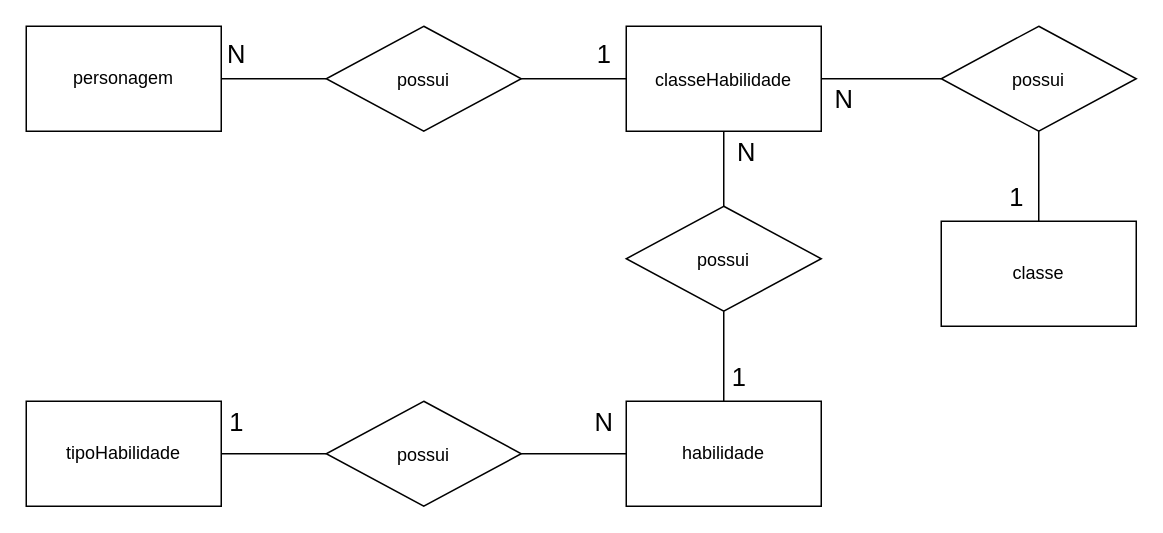
This is page "conceitual" (1 of 2) of modelagens/HROADS.drawio from Lucas-Araujo15/HROADS, a draw.io file, before an edit. Source tidied: cells renumbered, new cells numbered last; positions are measured from the earlier drawing's top-left corner, leaving out a move shared by most shapes. Both pictures are drawn from the tidied source at 150%, with x=0, y=0 at pixel (26, 26).
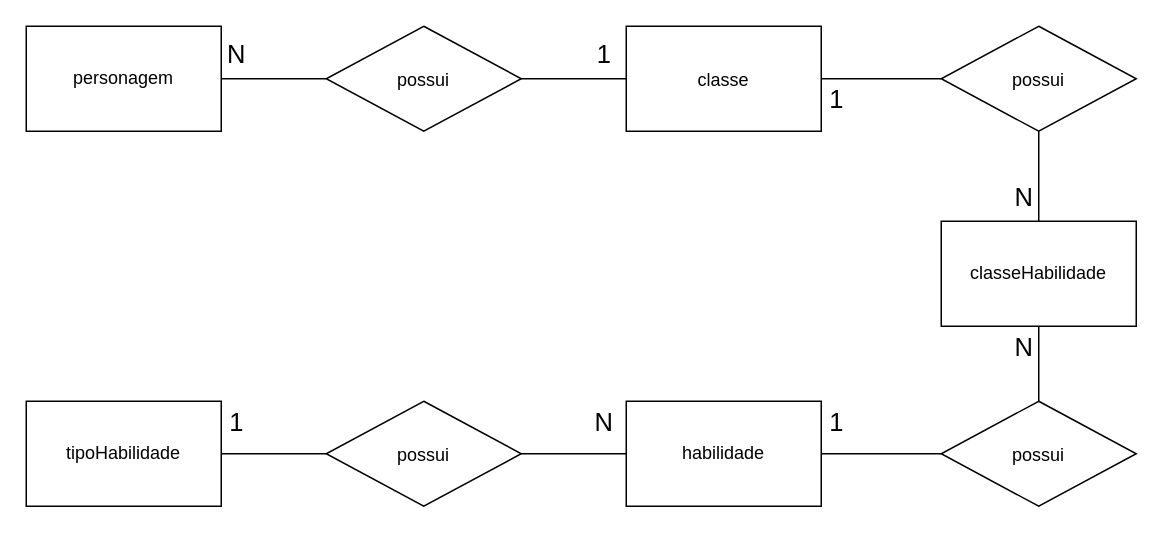
After the change.

The change refers to these unchanged cells:
```xml
<mxCell id="5" value="habilidade" style="rounded=0;whiteSpace=wrap;html=1;" parent="1" vertex="1">
  <mxGeometry x="400" y="250" width="130" height="70" as="geometry" />
</mxCell>
```

Change to the diagram source:
```diff
@@
+    <mxCell id="27" style="edgeStyle=orthogonalEdgeStyle;rounded=0;jettySize=auto;html=1;exitX=0.5;exitY=1;exitDx=0;exitDy=0;entryX=0.5;entryY=0;entryDx=0;entryDy=0;fontSize=17;endArrow=none;endFill=0;" parent="1" edge="1" source="4" target="15">
+      <mxGeometry relative="1" as="geometry" />
+    </mxCell>
-    <mxCell id="4" value="classe" style="rounded=0;whiteSpace=wrap;html=1;" parent="1" vertex="1">
+    <mxCell id="4" value="classeHabilidade" style="rounded=0;whiteSpace=wrap;html=1;" parent="1" vertex="1">
       <mxGeometry x="610" y="130" width="130" height="70" as="geometry" />
     </mxCell>
+    <mxCell id="28" style="edgeStyle=orthogonalEdgeStyle;rounded=0;jettySize=auto;html=1;exitX=1;exitY=0.5;exitDx=0;exitDy=0;entryX=0;entryY=0.5;entryDx=0;entryDy=0;fontSize=17;endArrow=none;endFill=0;" parent="1" edge="1" source="5" target="15">
+      <mxGeometry relative="1" as="geometry" />
+    </mxCell>
@@
-    <mxCell id="8" value="&lt;font style=&quot;font-size: 12px&quot;&gt;classeHabilidade&lt;/font&gt;" style="rounded=0;whiteSpace=wrap;html=1;fontSize=17;" parent="1" vertex="1">
+    <mxCell id="8" value="&lt;font style=&quot;font-size: 12px&quot;&gt;classe&lt;/font&gt;" style="rounded=0;whiteSpace=wrap;html=1;fontSize=17;" parent="1" vertex="1">
       <mxGeometry x="400" width="130" height="70" as="geometry" />
     </mxCell>
@@
-    <mxCell id="13" style="edgeStyle=orthogonalEdgeStyle;rounded=0;jettySize=auto;html=1;exitX=0.5;exitY=0;exitDx=0;exitDy=0;entryX=0.5;entryY=1;entryDx=0;entryDy=0;fontSize=17;endArrow=none;endFill=0;" parent="1" edge="1" source="15" target="8">
-      <mxGeometry relative="1" as="geometry" />
-    </mxCell>
-    <mxCell id="14" style="edgeStyle=orthogonalEdgeStyle;rounded=0;jettySize=auto;html=1;exitX=0.5;exitY=1;exitDx=0;exitDy=0;entryX=0.5;entryY=0;entryDx=0;entryDy=0;fontSize=17;endArrow=none;endFill=0;" parent="1" edge="1" source="15" target="5">
-      <mxGeometry relative="1" as="geometry" />
-    </mxCell>
-    <mxCell id="15" value="&lt;font style=&quot;font-size: 12px&quot;&gt;possui&lt;/font&gt;" style="rhombus;whiteSpace=wrap;html=1;fontSize=17;" parent="1" vertex="1">
-      <mxGeometry x="400" y="120" width="130" height="70" as="geometry" />
-    </mxCell>
@@
     <mxCell id="21" value="N" style="text;html=1;align=center;verticalAlign=middle;strokeColor=none;fontSize=17;" parent="1" vertex="1">
-      <mxGeometry x="465" y="70" width="30" height="30" as="geometry" />
+      <mxGeometry x="650" y="200" width="30" height="30" as="geometry" />
     </mxCell>
     <mxCell id="22" value="1" style="text;html=1;align=center;verticalAlign=middle;strokeColor=none;fontSize=17;" parent="1" vertex="1">
-      <mxGeometry x="465" y="220" width="20" height="30" as="geometry" />
+      <mxGeometry x="530" y="250" width="20" height="30" as="geometry" />
     </mxCell>
     <mxCell id="23" value="1" style="text;html=1;align=center;verticalAlign=middle;strokeColor=none;fontSize=17;" parent="1" vertex="1">
-      <mxGeometry x="650" y="100" width="20" height="30" as="geometry" />
+      <mxGeometry x="530" y="35" width="20" height="30" as="geometry" />
     </mxCell>
     <mxCell id="24" value="N" style="text;html=1;align=center;verticalAlign=middle;strokeColor=none;fontSize=17;" parent="1" vertex="1">
-      <mxGeometry x="530" y="35" width="30" height="30" as="geometry" />
+      <mxGeometry x="650" y="100" width="30" height="30" as="geometry" />
     </mxCell>
@@
+    <mxCell id="15" value="&lt;font style=&quot;font-size: 12px&quot;&gt;possui&lt;/font&gt;" style="rhombus;whiteSpace=wrap;html=1;fontSize=17;" parent="1" vertex="1">
+      <mxGeometry x="610" y="250" width="130" height="70" as="geometry" />
+    </mxCell>
```
